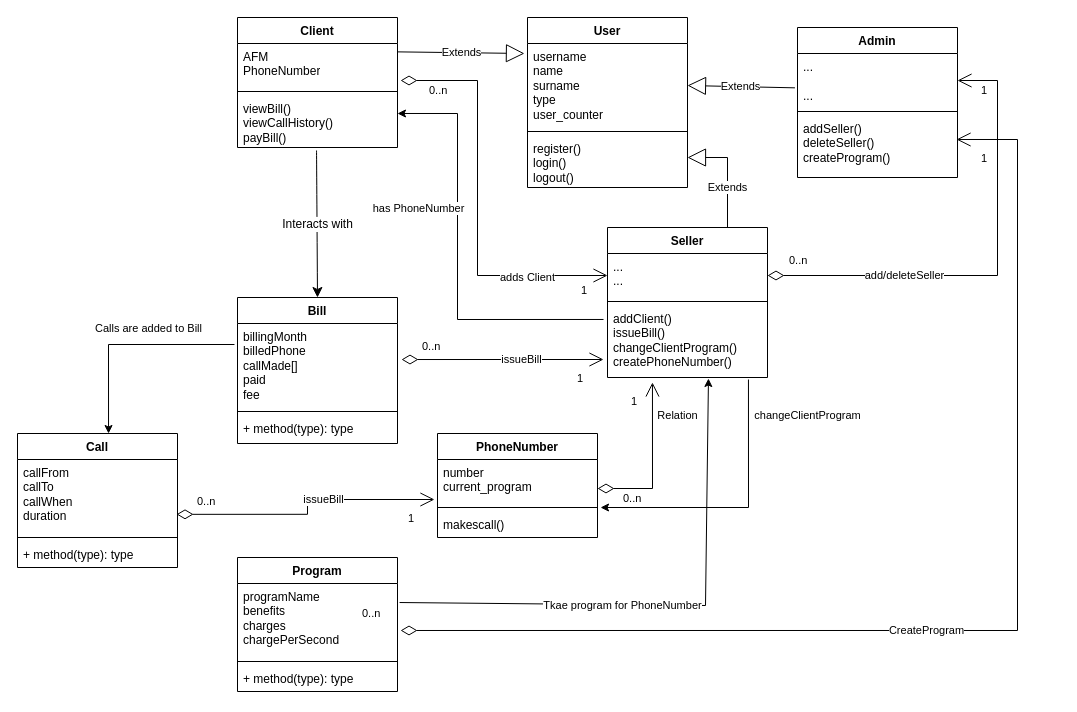
Earlier version of the draw.io diagram Diagram.drawio (dimitry-lzs/webProgramming). Source tidied: cells renumbered, new cells numbered last; positions are measured from the earlier drawing's top-left corner, leaving out a move shared by most shapes. Both pictures are drawn from the tidied source at 100%, with x=0, y=0 at pixel (17, 17).
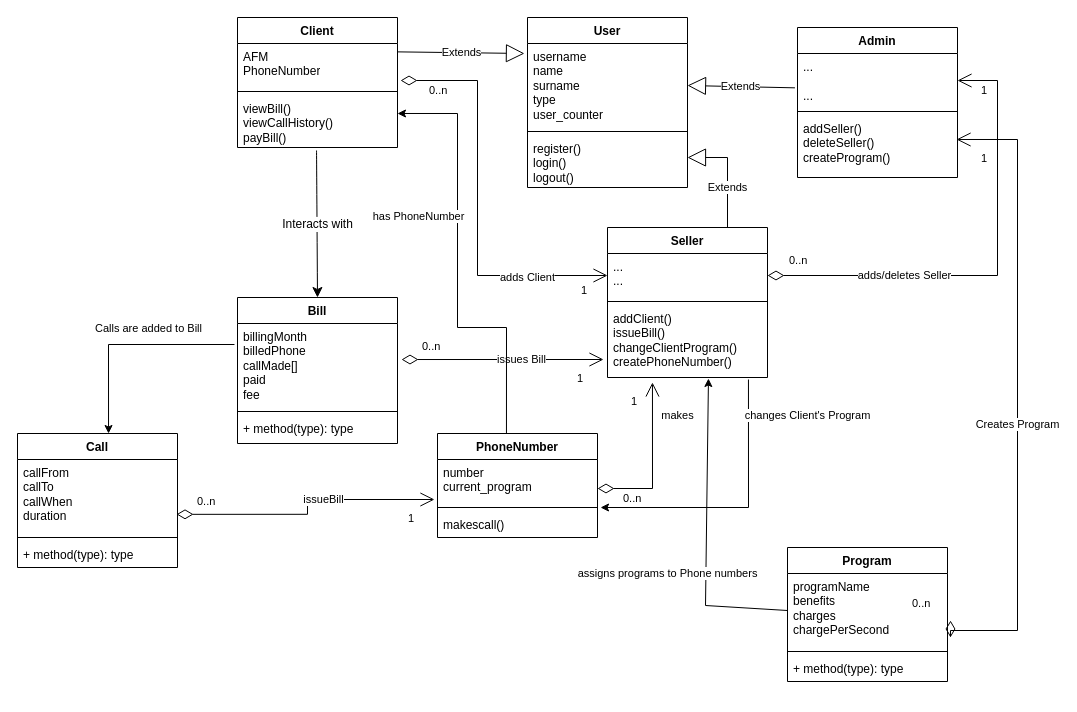
After the change.

Unchanged cells that the change refers to:
```xml
<mxCell id="7" value="...&lt;div&gt;&lt;br&gt;&lt;/div&gt;&lt;div&gt;...&lt;/div&gt;" style="text;strokeColor=none;fillColor=none;align=left;verticalAlign=top;spacingLeft=4;spacingRight=4;overflow=hidden;points=[[0,0.5],[1,0.5]];portConstraint=eastwest;whiteSpace=wrap;html=1;" parent="6" vertex="1">
  <mxGeometry y="26" width="160" height="54" as="geometry" />
</mxCell>
<mxCell id="9" value="addSeller()&lt;div&gt;deleteSeller()&lt;/div&gt;&lt;div&gt;createProgram()&lt;/div&gt;" style="text;strokeColor=none;fillColor=none;align=left;verticalAlign=top;spacingLeft=4;spacingRight=4;overflow=hidden;points=[[0,0.5],[1,0.5]];portConstraint=eastwest;whiteSpace=wrap;html=1;" parent="6" vertex="1">
  <mxGeometry y="88" width="160" height="62" as="geometry" />
</mxCell>
<mxCell id="13" value="viewBill()&lt;div&gt;viewCallHistory()&lt;/div&gt;&lt;div&gt;payBill()&lt;/div&gt;" style="text;strokeColor=none;fillColor=none;align=left;verticalAlign=top;spacingLeft=4;spacingRight=4;overflow=hidden;points=[[0,0.5],[1,0.5]];portConstraint=eastwest;whiteSpace=wrap;html=1;" parent="10" vertex="1">
  <mxGeometry y="78" width="160" height="52" as="geometry" />
</mxCell>
<mxCell id="15" value="...&lt;div&gt;...&lt;/div&gt;" style="text;strokeColor=none;fillColor=none;align=left;verticalAlign=top;spacingLeft=4;spacingRight=4;overflow=hidden;points=[[0,0.5],[1,0.5]];portConstraint=eastwest;whiteSpace=wrap;html=1;" parent="14" vertex="1">
  <mxGeometry y="26" width="160" height="44" as="geometry" />
</mxCell>
<mxCell id="17" value="addClient()&lt;div&gt;issueBill()&lt;/div&gt;&lt;div&gt;changeClientProgram()&lt;br&gt;createPhoneNumber()&lt;/div&gt;&lt;div&gt;&lt;br&gt;&lt;/div&gt;" style="text;strokeColor=none;fillColor=none;align=left;verticalAlign=top;spacingLeft=4;spacingRight=4;overflow=hidden;points=[[0,0.5],[1,0.5]];portConstraint=eastwest;whiteSpace=wrap;html=1;" parent="14" vertex="1">
  <mxGeometry y="78" width="160" height="72" as="geometry" />
</mxCell>
<mxCell id="21" value="PhoneNumber" style="swimlane;fontStyle=1;align=center;verticalAlign=top;horizontal=1;startSize=26;whiteSpace=wrap;html=1;" parent="1" vertex="1">
  <mxGeometry x="420" y="416" width="160" height="104" as="geometry" />
</mxCell>
<mxCell id="22" value="&lt;div&gt;number&lt;/div&gt;&lt;div&gt;current_program&lt;/div&gt;" style="text;strokeColor=none;fillColor=none;align=left;verticalAlign=top;spacingLeft=4;spacingRight=4;overflow=hidden;points=[[0,0.5],[1,0.5]];portConstraint=eastwest;whiteSpace=wrap;html=1;" parent="21" vertex="1">
  <mxGeometry y="26" width="160" height="44" as="geometry" />
</mxCell>
<mxCell id="26" value="programName&lt;div&gt;benefits&lt;/div&gt;&lt;div&gt;charges&lt;/div&gt;&lt;div&gt;chargePerSecond&lt;/div&gt;" style="text;strokeColor=none;fillColor=none;align=left;verticalAlign=top;spacingLeft=4;spacingRight=4;overflow=hidden;points=[[0,0.5],[1,0.5]];portConstraint=eastwest;whiteSpace=wrap;html=1;" parent="25" vertex="1">
  <mxGeometry y="26" width="160" height="74" as="geometry" />
</mxCell>
<mxCell id="34" value="billingMonth&lt;div&gt;billedPhone&lt;/div&gt;&lt;div&gt;callMade[]&lt;/div&gt;&lt;div&gt;paid&lt;/div&gt;&lt;div&gt;fee&lt;/div&gt;" style="text;strokeColor=none;fillColor=none;align=left;verticalAlign=top;spacingLeft=4;spacingRight=4;overflow=hidden;points=[[0,0.5],[1,0.5]];portConstraint=eastwest;whiteSpace=wrap;html=1;" parent="33" vertex="1">
  <mxGeometry y="26" width="160" height="84" as="geometry" />
</mxCell>
<mxCell id="59" style="endArrow=classic;html=1;rounded=0;exitX=0.881;exitY=1.028;exitDx=0;exitDy=0;exitPerimeter=0;entryX=1.019;entryY=-0.154;entryDx=0;entryDy=0;entryPerimeter=0;" parent="1" edge="1" source="17" target="24">
  <mxGeometry relative="1" as="geometry">
    <Array as="points">
      <mxPoint x="731" y="490" />
    </Array>
  </mxGeometry>
</mxCell>
```

Diff of the diagram source:
```diff
@@
     <mxCell id="25" value="Program" style="swimlane;fontStyle=1;align=center;verticalAlign=top;horizontal=1;startSize=26;whiteSpace=wrap;html=1;" parent="1" vertex="1">
-      <mxGeometry x="220" y="540" width="160" height="134" as="geometry" />
+      <mxGeometry x="770" y="530" width="160" height="134" as="geometry" />
     </mxCell>
@@
-    <mxCell id="37" value="add/deleteSeller" style="endArrow=open;html=1;endSize=12;startArrow=diamondThin;startSize=14;startFill=0;edgeStyle=orthogonalEdgeStyle;rounded=0;exitX=1;exitY=0.5;exitDx=0;exitDy=0;entryX=1;entryY=0.5;entryDx=0;entryDy=0;" parent="1" edge="1" source="15" target="7">
+    <mxCell id="37" value="adds/deletes Seller" style="endArrow=open;html=1;endSize=12;startArrow=diamondThin;startSize=14;startFill=0;edgeStyle=orthogonalEdgeStyle;rounded=0;exitX=1;exitY=0.5;exitDx=0;exitDy=0;entryX=1;entryY=0.5;entryDx=0;entryDy=0;" parent="1" edge="1" source="15" target="7">
       <mxGeometry x="-0.41" relative="1" as="geometry">
         <Array as="points">
           <mxPoint x="980" y="258" />
           <mxPoint x="980" y="63" />
         </Array>
       </mxGeometry>
     </mxCell>
@@
-    <mxCell id="43" value="Relation" style="endArrow=open;html=1;endSize=12;startArrow=diamondThin;startSize=14;startFill=0;edgeStyle=orthogonalEdgeStyle;rounded=0;exitX=1;exitY=0.659;exitDx=0;exitDy=0;entryX=0.281;entryY=1.069;entryDx=0;entryDy=0;exitPerimeter=0;entryPerimeter=0;" parent="1" edge="1" source="22" target="17">
+    <mxCell id="43" value="makes" style="endArrow=open;html=1;endSize=12;startArrow=diamondThin;startSize=14;startFill=0;edgeStyle=orthogonalEdgeStyle;rounded=0;exitX=1;exitY=0.659;exitDx=0;exitDy=0;entryX=0.281;entryY=1.069;entryDx=0;entryDy=0;exitPerimeter=0;entryPerimeter=0;" parent="1" edge="1" source="22" target="17">
       <mxGeometry x="0.59" y="-25" relative="1" as="geometry">
         <Array as="points">
           <mxPoint x="635" y="471" />
         </Array>
       </mxGeometry>
     </mxCell>
@@
-    <mxCell id="46" value="issueBill" style="endArrow=open;html=1;endSize=12;startArrow=diamondThin;startSize=14;startFill=0;edgeStyle=orthogonalEdgeStyle;rounded=0;exitX=1.025;exitY=0.429;exitDx=0;exitDy=0;exitPerimeter=0;entryX=-0.025;entryY=0.75;entryDx=0;entryDy=0;entryPerimeter=0;" parent="1" edge="1" source="34" target="17">
+    <mxCell id="46" value="issues Bill" style="endArrow=open;html=1;endSize=12;startArrow=diamondThin;startSize=14;startFill=0;edgeStyle=orthogonalEdgeStyle;rounded=0;exitX=1.025;exitY=0.429;exitDx=0;exitDy=0;exitPerimeter=0;entryX=-0.025;entryY=0.75;entryDx=0;entryDy=0;entryPerimeter=0;" parent="1" edge="1" source="34" target="17">
       <mxGeometry x="0.19" relative="1" as="geometry" />
     </mxCell>
@@
-    <mxCell id="49" value="CreateProgram" style="endArrow=open;html=1;endSize=12;startArrow=diamondThin;startSize=14;startFill=0;edgeStyle=orthogonalEdgeStyle;rounded=0;entryX=0.994;entryY=0.387;entryDx=0;entryDy=0;entryPerimeter=0;exitX=1.019;exitY=0.635;exitDx=0;exitDy=0;exitPerimeter=0;" parent="1" edge="1" source="26" target="9">
+    <mxCell id="49" value="Creates Program" style="endArrow=open;html=1;endSize=12;startArrow=diamondThin;startSize=14;startFill=0;edgeStyle=orthogonalEdgeStyle;rounded=0;entryX=0.994;entryY=0.387;entryDx=0;entryDy=0;entryPerimeter=0;exitX=1.019;exitY=0.635;exitDx=0;exitDy=0;exitPerimeter=0;" parent="1" edge="1" source="26" target="9">
       <mxGeometry x="-0.1" relative="1" as="geometry">
         <Array as="points">
           <mxPoint x="1000" y="613" />
           <mxPoint x="1000" y="122" />
         </Array>
       </mxGeometry>
     </mxCell>
@@
-    <mxCell id="60" value="changeClientProgram" style="edgeLabel;html=1;align=center;verticalAlign=middle;" parent="59" vertex="1">
+    <mxCell id="60" value="changes Client's Program" style="edgeLabel;html=1;align=center;verticalAlign=middle;" parent="59" vertex="1">
       <mxGeometry relative="1" as="geometry">
         <mxPoint x="69" y="-92" as="offset" />
       </mxGeometry>
     </mxCell>
-    <mxCell id="61" style="endArrow=classic;html=1;rounded=0;exitX=1.013;exitY=0.257;exitDx=0;exitDy=0;exitPerimeter=0;entryX=0.631;entryY=1.014;entryDx=0;entryDy=0;entryPerimeter=0;" parent="1" edge="1" source="26" target="17">
+    <mxCell id="61" style="endArrow=classic;html=1;rounded=0;exitX=0;exitY=0.5;exitDx=0;exitDy=0;entryX=0.631;entryY=1.014;entryDx=0;entryDy=0;entryPerimeter=0;" parent="1" edge="1" source="26" target="17">
       <mxGeometry relative="1" as="geometry">
         <Array as="points">
           <mxPoint x="688" y="588" />
         </Array>
       </mxGeometry>
     </mxCell>
-    <mxCell id="62" value="Tkae program for PhoneNumber" style="edgeLabel;html=1;align=center;verticalAlign=middle;" parent="61" vertex="1">
+    <mxCell id="62" value="assigns programs to Phone numbers" style="edgeLabel;html=1;align=center;verticalAlign=middle;" parent="61" vertex="1">
       <mxGeometry relative="1" as="geometry">
-        <mxPoint x="-44" as="offset" />
+        <mxPoint x="-39" y="40" as="offset" />
       </mxGeometry>
     </mxCell>
-    <mxCell id="63" style="endArrow=classic;html=1;rounded=0;exitX=-0.025;exitY=0.194;exitDx=0;exitDy=0;exitPerimeter=0;entryX=1;entryY=0.346;entryDx=0;entryDy=0;entryPerimeter=0;" parent="1" edge="1" source="17" target="13">
+    <mxCell id="63" style="endArrow=classic;html=1;rounded=0;exitX=0.431;exitY=0;exitDx=0;exitDy=0;exitPerimeter=0;entryX=1;entryY=0.346;entryDx=0;entryDy=0;entryPerimeter=0;" parent="1" edge="1" source="21" target="13">
       <mxGeometry relative="1" as="geometry">
         <Array as="points">
-          <mxPoint x="440" y="302" />
+          <mxPoint x="489" y="310" />
+          <mxPoint x="440" y="310" />
           <mxPoint x="440" y="96" />
         </Array>
       </mxGeometry>
     </mxCell>
```
